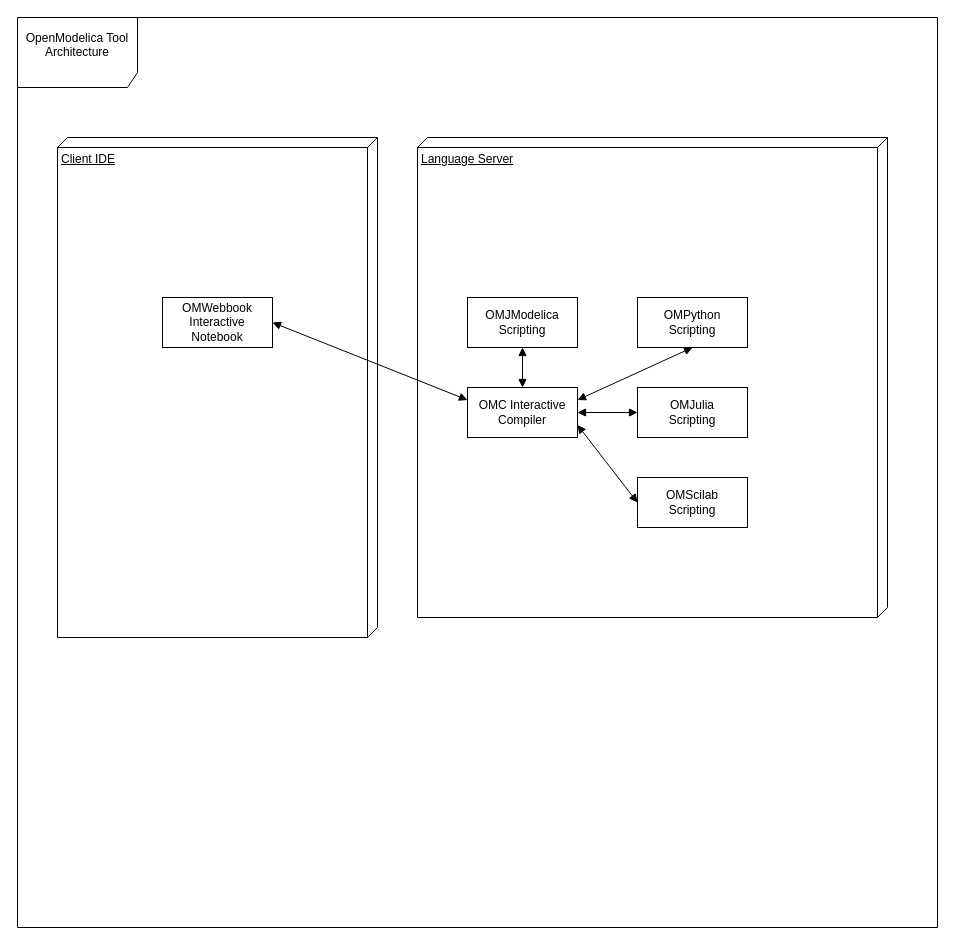
The draw.io diagram page "openmodelica-tool-architecture" (2 of 3) of CAS/Drawio/web-notebook.drawio in robotics-intelligent-systems/jfxlegacy2modern, before the edit. Source tidied: cells renumbered, new cells numbered last; positions are measured from the earlier drawing's top-left corner, leaving out a move shared by most shapes. Both pictures are drawn from the tidied source at 100%, with x=0, y=0 at pixel (17, 17).
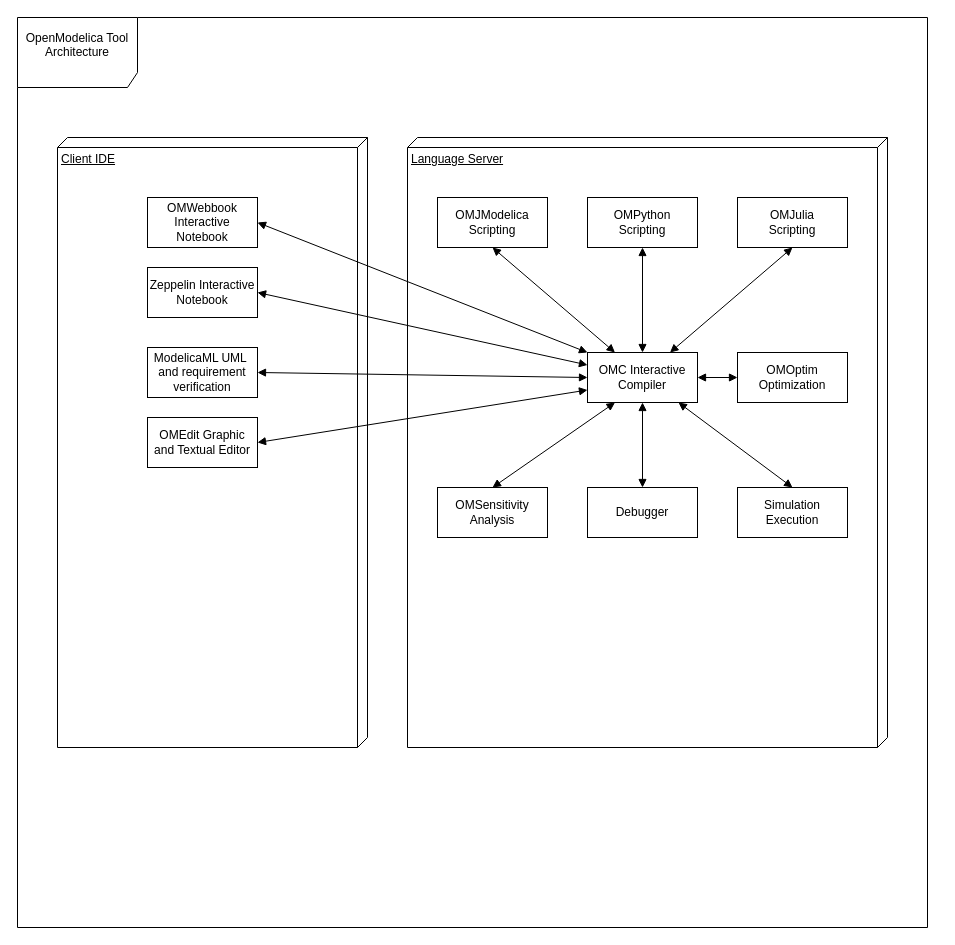
Above is the later version.

Commit message:
Including zeppelin interactive notebook component

The edit, as a diff of the source:
```diff
@@
     <mxCell id="2" value="OpenModelica Tool Architecture&lt;div&gt;&lt;br&gt;&lt;/div&gt;" style="shape=umlFrame;whiteSpace=wrap;html=1;width=120;height=70;" parent="1" vertex="1">
-      <mxGeometry width="920" height="910" as="geometry" />
+      <mxGeometry width="910" height="910" as="geometry" />
     </mxCell>
     <mxCell id="3" value="Language Server" style="verticalAlign=top;align=left;spacingTop=8;spacingLeft=2;spacingRight=12;shape=cube;size=10;direction=south;fontStyle=4;html=1;whiteSpace=wrap;" parent="1" vertex="1">
-      <mxGeometry x="400" y="120" width="470" height="480" as="geometry" />
+      <mxGeometry x="390" y="120" width="480" height="610" as="geometry" />
     </mxCell>
     <mxCell id="4" value="Client IDE" style="verticalAlign=top;align=left;spacingTop=8;spacingLeft=2;spacingRight=12;shape=cube;size=10;direction=south;fontStyle=4;html=1;whiteSpace=wrap;" parent="1" vertex="1">
-      <mxGeometry x="40" y="120" width="320" height="500" as="geometry" />
+      <mxGeometry x="40" y="120" width="310" height="610" as="geometry" />
     </mxCell>
     <mxCell id="5" value="OMC Interactive Compiler" style="html=1;whiteSpace=wrap;" parent="1" vertex="1">
-      <mxGeometry x="450" y="370" width="110" height="50" as="geometry" />
+      <mxGeometry x="570" y="335" width="110" height="50" as="geometry" />
     </mxCell>
     <mxCell id="6" value="OMWebbook Interactive Notebook" style="html=1;whiteSpace=wrap;" parent="1" vertex="1">
-      <mxGeometry x="145" y="280" width="110" height="50" as="geometry" />
+      <mxGeometry x="130" y="180" width="110" height="50" as="geometry" />
     </mxCell>
-    <mxCell id="7" style="endArrow=block;startArrow=block;endFill=1;startFill=1;html=1;rounded=0;exitX=1;exitY=0.5;exitDx=0;exitDy=0;entryX=0;entryY=0.25;entryDx=0;entryDy=0;" parent="1" edge="1" source="6" target="5">
+    <mxCell id="7" style="endArrow=block;startArrow=block;endFill=1;startFill=1;html=1;rounded=0;exitX=1;exitY=0.5;exitDx=0;exitDy=0;entryX=0;entryY=0;entryDx=0;entryDy=0;" parent="1" edge="1" source="6" target="5">
       <mxGeometry relative="1" as="geometry" />
     </mxCell>
     <mxCell id="8" value="OMPython &lt;br&gt;Scripting" style="html=1;whiteSpace=wrap;" parent="1" vertex="1">
-      <mxGeometry x="620" y="280" width="110" height="50" as="geometry" />
+      <mxGeometry x="570" y="180" width="110" height="50" as="geometry" />
     </mxCell>
-    <mxCell id="9" style="endArrow=block;startArrow=block;endFill=1;startFill=1;html=1;rounded=0;entryX=0.5;entryY=1;entryDx=0;entryDy=0;exitX=1;exitY=0.25;exitDx=0;exitDy=0;" parent="1" edge="1" source="5" target="8">
+    <mxCell id="9" style="endArrow=block;startArrow=block;endFill=1;startFill=1;html=1;rounded=0;entryX=0.5;entryY=1;entryDx=0;entryDy=0;exitX=0.5;exitY=0;exitDx=0;exitDy=0;" parent="1" edge="1" source="5" target="8">
       <mxGeometry relative="1" as="geometry" />
     </mxCell>
     <mxCell id="10" value="OMJulia&lt;br&gt;Scripting" style="html=1;whiteSpace=wrap;" parent="1" vertex="1">
-      <mxGeometry x="620" y="370" width="110" height="50" as="geometry" />
+      <mxGeometry x="720" y="180" width="110" height="50" as="geometry" />
     </mxCell>
-    <mxCell id="11" style="endArrow=block;startArrow=block;endFill=1;startFill=1;html=1;rounded=0;entryX=0;entryY=0.5;entryDx=0;entryDy=0;exitX=1;exitY=0.5;exitDx=0;exitDy=0;" parent="1" edge="1" source="5" target="10">
-      <mxGeometry relative="1" as="geometry" />
-    </mxCell>
-    <mxCell id="12" value="OMScilab&lt;br&gt;Scripting" style="html=1;whiteSpace=wrap;" parent="1" vertex="1">
-      <mxGeometry x="620" y="460" width="110" height="50" as="geometry" />
+    <mxCell id="12" value="OMOptim&lt;br&gt;Optimization" style="html=1;whiteSpace=wrap;" parent="1" vertex="1">
+      <mxGeometry x="720" y="335" width="110" height="50" as="geometry" />
     </mxCell>
-    <mxCell id="13" style="endArrow=block;startArrow=block;endFill=1;startFill=1;html=1;rounded=0;entryX=0;entryY=0.5;entryDx=0;entryDy=0;exitX=1;exitY=0.75;exitDx=0;exitDy=0;" parent="1" edge="1" source="5" target="12">
+    <mxCell id="13" style="endArrow=block;startArrow=block;endFill=1;startFill=1;html=1;rounded=0;entryX=0;entryY=0.5;entryDx=0;entryDy=0;exitX=1;exitY=0.5;exitDx=0;exitDy=0;" parent="1" edge="1" source="5" target="12">
       <mxGeometry relative="1" as="geometry" />
     </mxCell>
     <mxCell id="14" value="OMJModelica&lt;br&gt;Scripting" style="html=1;whiteSpace=wrap;" parent="1" vertex="1">
-      <mxGeometry x="450" y="280" width="110" height="50" as="geometry" />
+      <mxGeometry x="420" y="180" width="110" height="50" as="geometry" />
     </mxCell>
-    <mxCell id="15" style="endArrow=block;startArrow=block;endFill=1;startFill=1;html=1;rounded=0;entryX=0.5;entryY=1;entryDx=0;entryDy=0;exitX=0.5;exitY=0;exitDx=0;exitDy=0;" parent="1" edge="1" source="5" target="14">
+    <mxCell id="15" style="endArrow=block;startArrow=block;endFill=1;startFill=1;html=1;rounded=0;entryX=0.5;entryY=1;entryDx=0;entryDy=0;exitX=0.25;exitY=0;exitDx=0;exitDy=0;" parent="1" edge="1" source="5" target="14">
       <mxGeometry relative="1" as="geometry" />
     </mxCell>
+    <mxCell id="11" style="endArrow=block;startArrow=block;endFill=1;startFill=1;html=1;rounded=0;entryX=0.5;entryY=1;entryDx=0;entryDy=0;exitX=0.75;exitY=0;exitDx=0;exitDy=0;" parent="1" edge="1" source="5" target="10">
+      <mxGeometry relative="1" as="geometry" />
+    </mxCell>
+    <mxCell id="16" value="Simulation Execution" style="html=1;whiteSpace=wrap;" parent="1" vertex="1">
+      <mxGeometry x="720" y="470" width="110" height="50" as="geometry" />
+    </mxCell>
+    <mxCell id="17" value="Debugger" style="html=1;whiteSpace=wrap;" parent="1" vertex="1">
+      <mxGeometry x="570" y="470" width="110" height="50" as="geometry" />
+    </mxCell>
+    <mxCell id="18" value="OMSensitivity&lt;br&gt;Analysis" style="html=1;whiteSpace=wrap;" parent="1" vertex="1">
+      <mxGeometry x="420" y="470" width="110" height="50" as="geometry" />
+    </mxCell>
+    <mxCell id="19" style="endArrow=block;startArrow=block;endFill=1;startFill=1;html=1;rounded=0;entryX=0.5;entryY=0;entryDx=0;entryDy=0;exitX=0.827;exitY=1;exitDx=0;exitDy=0;exitPerimeter=0;" parent="1" edge="1" source="5" target="16">
+      <mxGeometry relative="1" as="geometry" />
+    </mxCell>
+    <mxCell id="20" style="endArrow=block;startArrow=block;endFill=1;startFill=1;html=1;rounded=0;entryX=0.5;entryY=0;entryDx=0;entryDy=0;exitX=0.5;exitY=1;exitDx=0;exitDy=0;" parent="1" edge="1" source="5" target="17">
+      <mxGeometry relative="1" as="geometry" />
+    </mxCell>
+    <mxCell id="21" style="endArrow=block;startArrow=block;endFill=1;startFill=1;html=1;rounded=0;exitX=0.5;exitY=0;exitDx=0;exitDy=0;entryX=0.25;entryY=1;entryDx=0;entryDy=0;" parent="1" edge="1" source="18" target="5">
+      <mxGeometry relative="1" as="geometry" />
+    </mxCell>
+    <mxCell id="22" value="ModelicaML UML&amp;nbsp; and requirement verification" style="html=1;whiteSpace=wrap;" parent="1" vertex="1">
+      <mxGeometry x="130" y="330" width="110" height="50" as="geometry" />
+    </mxCell>
+    <mxCell id="23" style="endArrow=block;startArrow=block;endFill=1;startFill=1;html=1;rounded=0;exitX=1;exitY=0.5;exitDx=0;exitDy=0;entryX=0;entryY=0.5;entryDx=0;entryDy=0;" parent="1" edge="1" source="22" target="5">
+      <mxGeometry relative="1" as="geometry" />
+    </mxCell>
+    <mxCell id="24" value="OMEdit Graphic and Textual Editor" style="html=1;whiteSpace=wrap;" parent="1" vertex="1">
+      <mxGeometry x="130" y="400" width="110" height="50" as="geometry" />
+    </mxCell>
+    <mxCell id="25" style="endArrow=block;startArrow=block;endFill=1;startFill=1;html=1;rounded=0;exitX=1;exitY=0.5;exitDx=0;exitDy=0;entryX=0;entryY=0.75;entryDx=0;entryDy=0;" parent="1" edge="1" source="24" target="5">
+      <mxGeometry relative="1" as="geometry" />
+    </mxCell>
+    <mxCell id="26" value="Zeppelin Interactive Notebook" style="html=1;whiteSpace=wrap;" parent="1" vertex="1">
+      <mxGeometry x="130" y="250" width="110" height="50" as="geometry" />
+    </mxCell>
+    <mxCell id="27" style="endArrow=block;startArrow=block;endFill=1;startFill=1;html=1;rounded=0;exitX=1;exitY=0.5;exitDx=0;exitDy=0;entryX=0;entryY=0.25;entryDx=0;entryDy=0;" parent="1" edge="1" source="26" target="5">
+      <mxGeometry relative="1" as="geometry" />
+    </mxCell>
```
